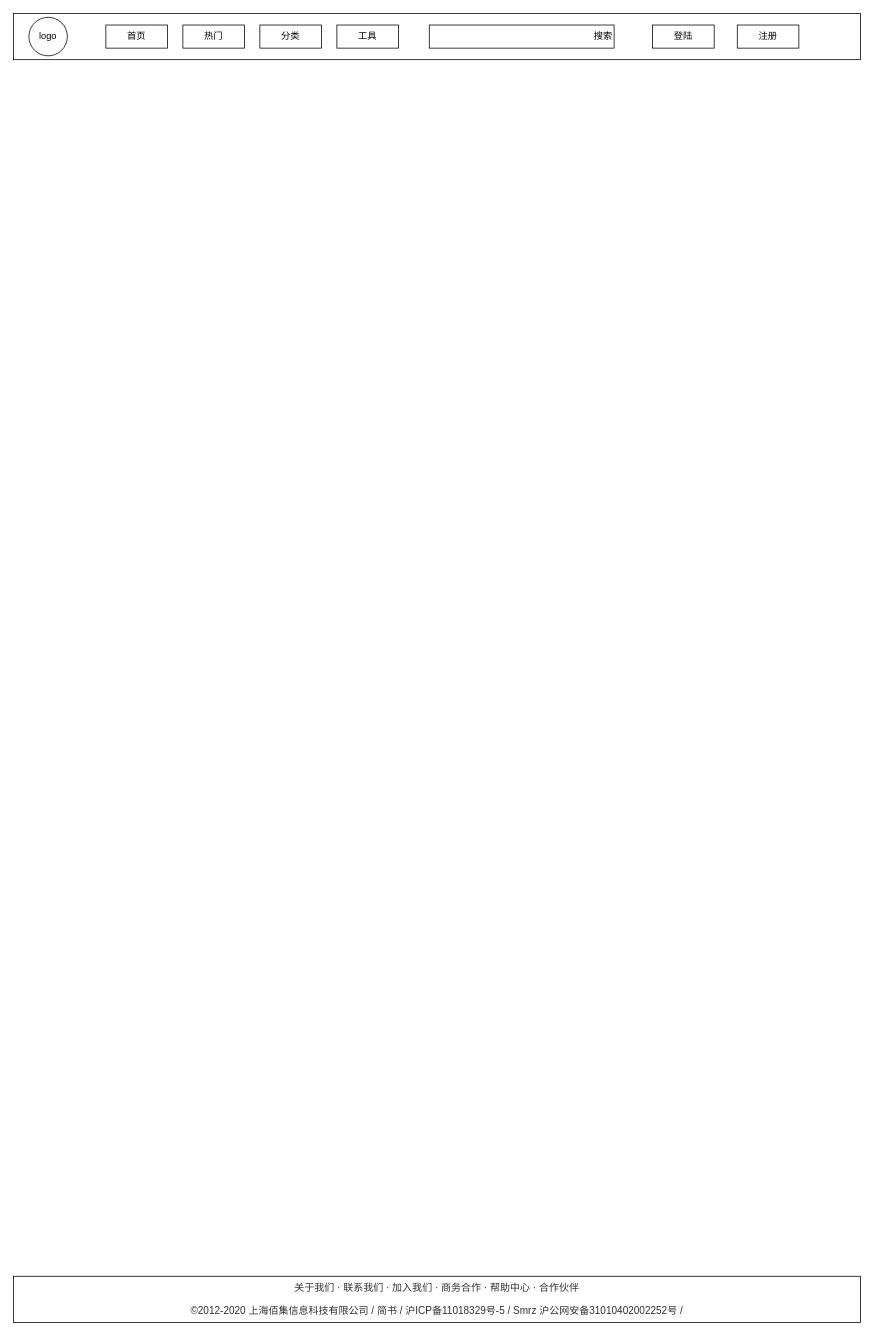
Above: page "tools" (19 of 19) of gif.drawio in goldmine/base (draw.io), before the change. Source tidied: cells renumbered, new cells numbered last; positions are measured from the earlier drawing's top-left corner, leaving out a move shared by most shapes. Both pictures are drawn from the tidied source at 77%, with x=0, y=0 at pixel (13, 13).
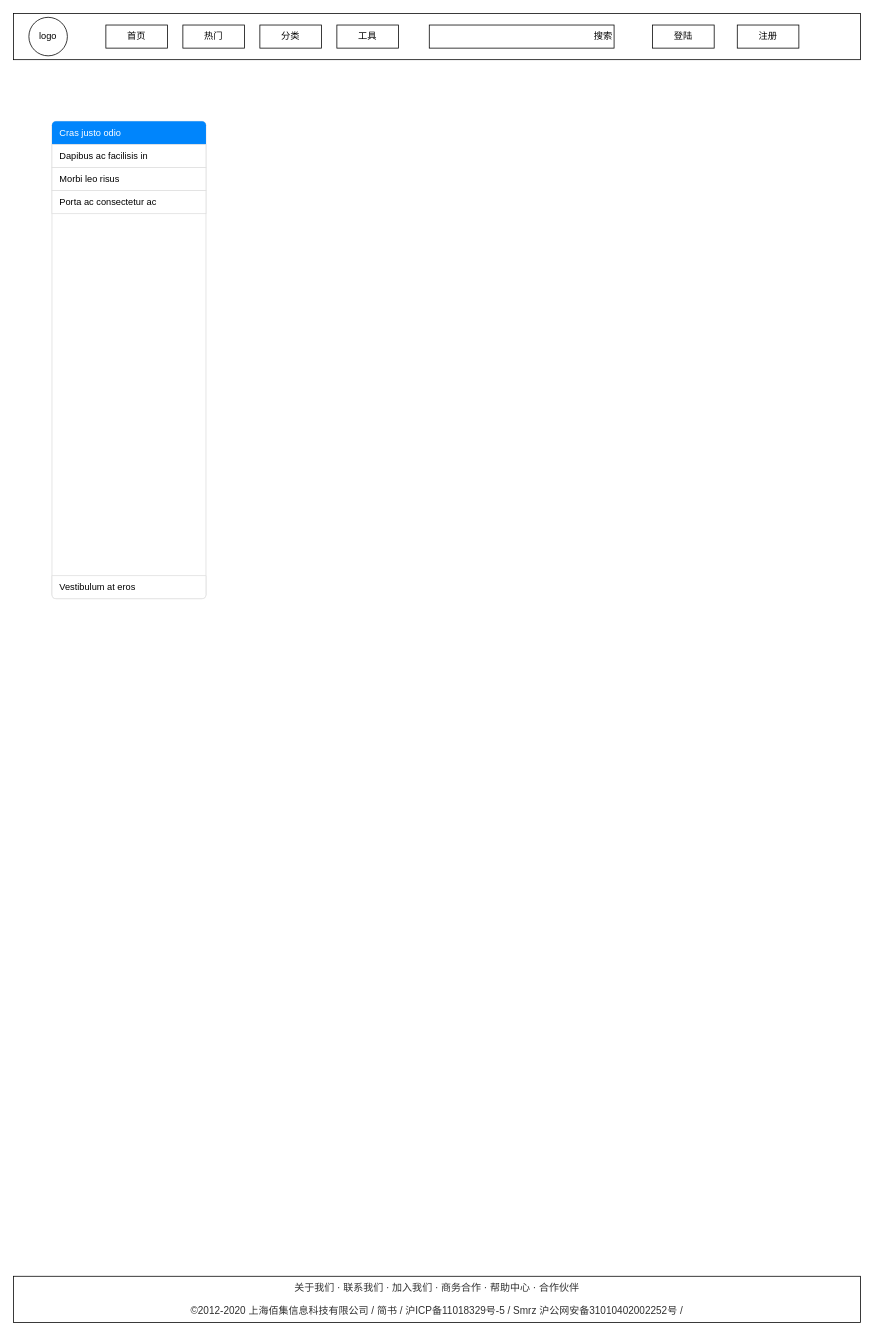
The same page after the edit.

Diff of the diagram source:
```diff
@@
+    <mxCell id="13" style="html=1;shadow=0;dashed=0;shape=mxgraph.bootstrap.rrect;rSize=5;strokeColor=#DFDFDF;html=1;whiteSpace=wrap;fillColor=#FFFFFF;fontColor=#000000;" parent="1" vertex="1">
+      <mxGeometry x="50" y="140" width="200" height="620" as="geometry" />
+    </mxCell>
+    <mxCell id="14" value="Cras justo odio" style="html=1;shadow=0;dashed=0;shape=mxgraph.bootstrap.topButton;rSize=5;strokeColor=none;fillColor=#0085FC;fontColor=#ffffff;perimeter=none;whiteSpace=wrap;align=left;spacing=10;" parent="13" vertex="1">
+      <mxGeometry width="200" height="30" relative="1" as="geometry" />
+    </mxCell>
+    <mxCell id="15" value="Dapibus ac facilisis in" style="strokeColor=inherit;fillColor=inherit;gradientColor=inherit;fontColor=inherit;html=1;shadow=0;dashed=0;perimeter=none;whiteSpace=wrap;align=left;spacing=10;" parent="13" vertex="1">
+      <mxGeometry width="200" height="30" relative="1" as="geometry">
+        <mxPoint y="30" as="offset" />
+      </mxGeometry>
+    </mxCell>
+    <mxCell id="16" value="Morbi leo risus" style="strokeColor=inherit;fillColor=inherit;gradientColor=inherit;fontColor=inherit;html=1;shadow=0;dashed=0;perimeter=none;whiteSpace=wrap;align=left;spacing=10;" parent="13" vertex="1">
+      <mxGeometry width="200" height="30" relative="1" as="geometry">
+        <mxPoint y="60" as="offset" />
+      </mxGeometry>
+    </mxCell>
+    <mxCell id="17" value="Porta ac consectetur ac" style="strokeColor=inherit;fillColor=inherit;gradientColor=inherit;fontColor=inherit;html=1;shadow=0;dashed=0;perimeter=none;whiteSpace=wrap;align=left;spacing=10;" parent="13" vertex="1">
+      <mxGeometry width="200" height="30" relative="1" as="geometry">
+        <mxPoint y="90" as="offset" />
+      </mxGeometry>
+    </mxCell>
+    <mxCell id="18" value="Vestibulum at eros" style="strokeColor=inherit;fillColor=inherit;gradientColor=inherit;fontColor=inherit;html=1;shadow=0;dashed=0;shape=mxgraph.bootstrap.bottomButton;rSize=5;perimeter=none;whiteSpace=wrap;align=left;spacing=10;" parent="13" vertex="1">
+      <mxGeometry y="1" width="200" height="30" relative="1" as="geometry">
+        <mxPoint y="-30" as="offset" />
+      </mxGeometry>
+    </mxCell>
```
